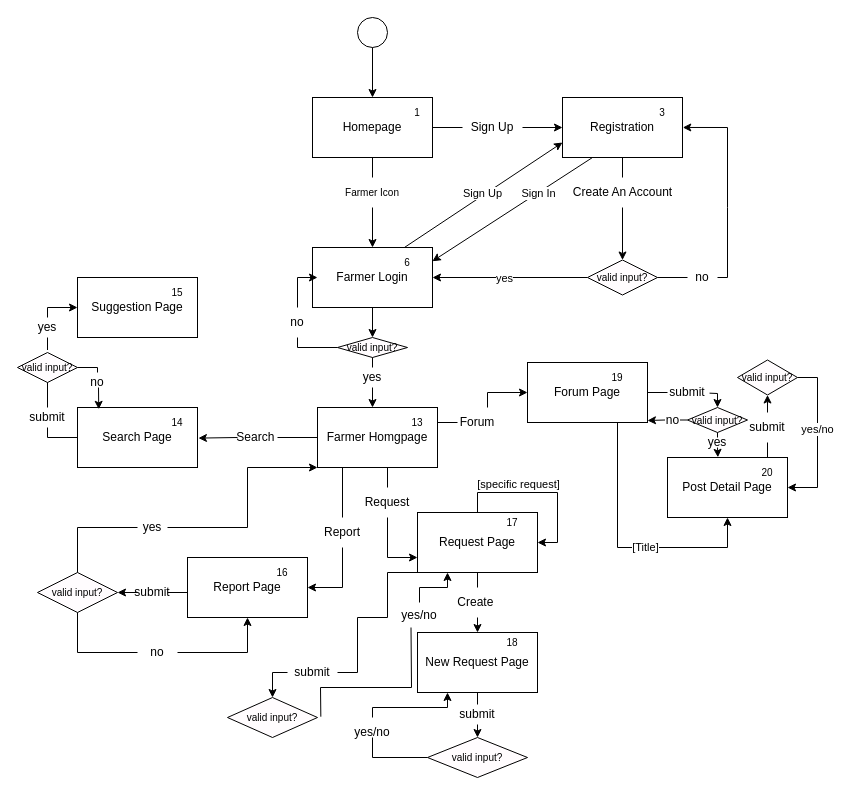
Above: page "Farmer" (3 of 3) of DD/diagrams/webapp flow diagrams.drawio in ictar/DREAM-SE2-Project-2022 (draw.io), before the change. Source tidied: cells renumbered, new cells numbered last; positions are measured from the earlier drawing's top-left corner, leaving out a move shared by most shapes. Both pictures are drawn from the tidied source at 100%, with x=0, y=0 at pixel (17, 17).
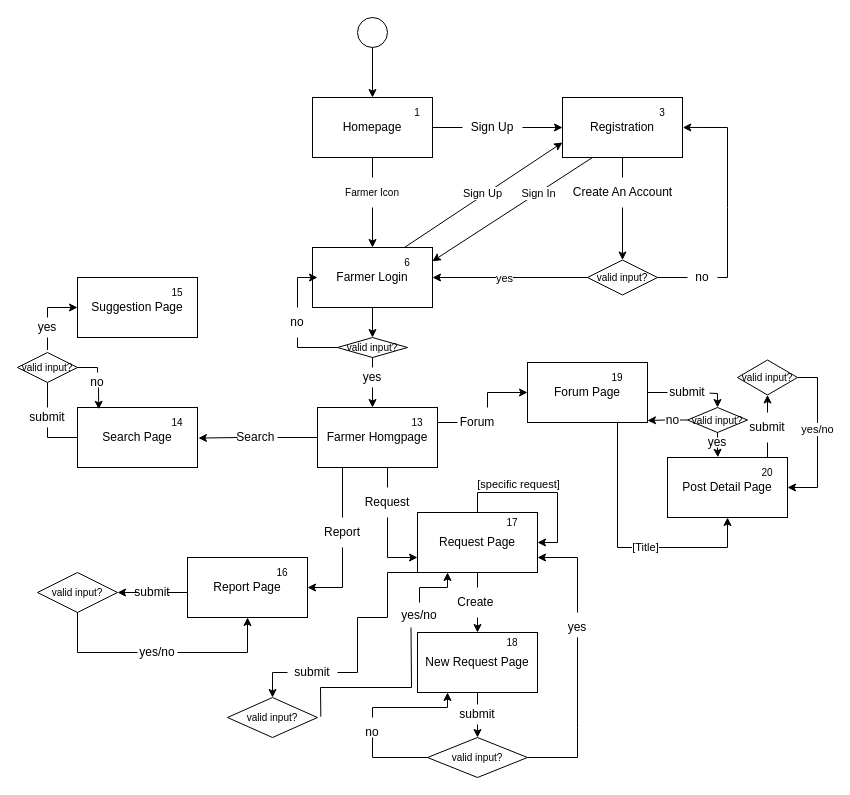
The same diagram, later.

The change refers to these unchanged cells:
```xml
<mxCell id="36" value="Farmer Homgpage" style="rounded=0;whiteSpace=wrap;html=1;" parent="1" vertex="1">
  <mxGeometry x="300" y="390" width="120" height="60" as="geometry" />
</mxCell>
<mxCell id="57" value="&lt;span style=&quot;font-size: 10px&quot;&gt;valid input?&lt;/span&gt;" style="rhombus;whiteSpace=wrap;html=1;fillColor=#FFFCFE;" parent="1" vertex="1">
  <mxGeometry x="20" y="555" width="80" height="40" as="geometry" />
</mxCell>
<mxCell id="66" value="&lt;span style=&quot;font-size: 10px&quot;&gt;valid input?&lt;/span&gt;" style="rhombus;whiteSpace=wrap;html=1;fillColor=#FFFCFE;" parent="1" vertex="1">
  <mxGeometry x="410" y="720" width="100" height="40" as="geometry" />
</mxCell>
<mxCell id="74" value="Request Page" style="rounded=0;whiteSpace=wrap;html=1;" parent="1" vertex="1">
  <mxGeometry x="400" y="495" width="120" height="60" as="geometry" />
</mxCell>
```

Diff of the diagram source:
```diff
@@
-    <mxCell id="59" style="endArrow=classic;html=1;rounded=0;fontSize=12;strokeColor=#000000;exitX=1;exitY=0.5;exitDx=0;exitDy=0;entryX=0;entryY=1;entryDx=0;entryDy=0;startArrow=none;" parent="1" edge="1" source="60" target="36">
-      <mxGeometry relative="1" as="geometry">
-        <Array as="points">
-          <mxPoint x="230" y="510" />
-          <mxPoint x="230" y="450" />
-        </Array>
-      </mxGeometry>
-    </mxCell>
-    <mxCell id="60" value="yes" style="text;html=1;strokeColor=none;fillColor=none;align=center;verticalAlign=middle;whiteSpace=wrap;rounded=0;fontSize=12;" parent="1" vertex="1">
-      <mxGeometry x="120" y="500" width="30" height="20" as="geometry" />
-    </mxCell>
-    <mxCell id="61" style="endArrow=none;html=1;rounded=0;fontSize=12;strokeColor=#000000;exitX=0.5;exitY=0;exitDx=0;exitDy=0;entryX=0;entryY=0.5;entryDx=0;entryDy=0;" parent="1" edge="1" source="57" target="60">
-      <mxGeometry relative="1" as="geometry">
-        <Array as="points">
-          <mxPoint x="60" y="510" />
-        </Array>
-      </mxGeometry>
-    </mxCell>
@@
-    <mxCell id="63" value="no" style="text;html=1;strokeColor=none;fillColor=none;align=center;verticalAlign=middle;whiteSpace=wrap;rounded=0;fontSize=12;" parent="1" vertex="1">
+    <mxCell id="63" value="yes/no" style="text;html=1;strokeColor=none;fillColor=none;align=center;verticalAlign=middle;whiteSpace=wrap;rounded=0;fontSize=12;" parent="1" vertex="1">
       <mxGeometry x="120" y="620" width="40" height="30" as="geometry" />
     </mxCell>
@@
-    <mxCell id="67" value="yes/no" style="text;html=1;strokeColor=none;fillColor=none;align=center;verticalAlign=middle;whiteSpace=wrap;rounded=0;fontSize=12;" parent="1" vertex="1">
+    <mxCell id="67" value="no" style="text;html=1;strokeColor=none;fillColor=none;align=center;verticalAlign=middle;whiteSpace=wrap;rounded=0;fontSize=12;" parent="1" vertex="1">
       <mxGeometry x="340" y="710" width="30" height="10" as="geometry" />
     </mxCell>
@@
+    <mxCell id="124" style="endArrow=classic;html=1;rounded=0;exitX=0.5;exitY=0;exitDx=0;exitDy=0;entryX=1;entryY=0.75;entryDx=0;entryDy=0;startArrow=none;" parent="1" edge="1" source="60" target="74">
+      <mxGeometry relative="1" as="geometry">
+        <Array as="points">
+          <mxPoint x="560" y="540" />
+        </Array>
+      </mxGeometry>
+    </mxCell>
+    <mxCell id="60" value="yes" style="text;html=1;strokeColor=none;fillColor=none;align=center;verticalAlign=middle;whiteSpace=wrap;rounded=0;" parent="1" vertex="1">
+      <mxGeometry x="530" y="595" width="60" height="30" as="geometry" />
+    </mxCell>
+    <mxCell id="125" style="endArrow=none;html=1;rounded=0;exitX=1;exitY=0.5;exitDx=0;exitDy=0;" parent="1" edge="1" source="66">
+      <mxGeometry relative="1" as="geometry">
+        <mxPoint x="560" y="640" as="targetPoint" />
+        <Array as="points">
+          <mxPoint x="560" y="740" />
+          <mxPoint x="560" y="710" />
+          <mxPoint x="560" y="620" />
+        </Array>
+      </mxGeometry>
+    </mxCell>
```
